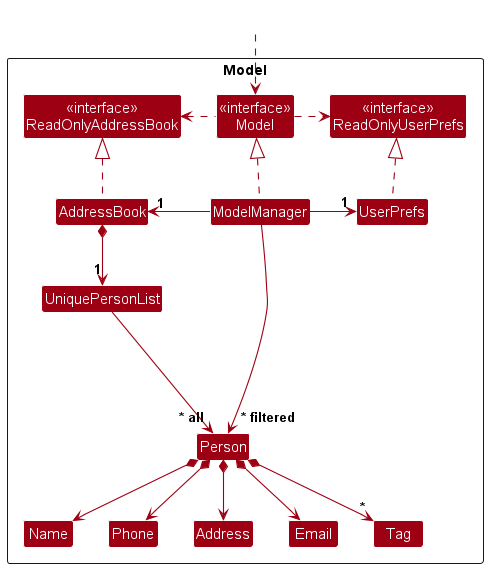
This is docs/images/ModelClassDiagram.png from nus-cs2103-AY2324S2/tp, a PlantUML export, as it was before one commit.
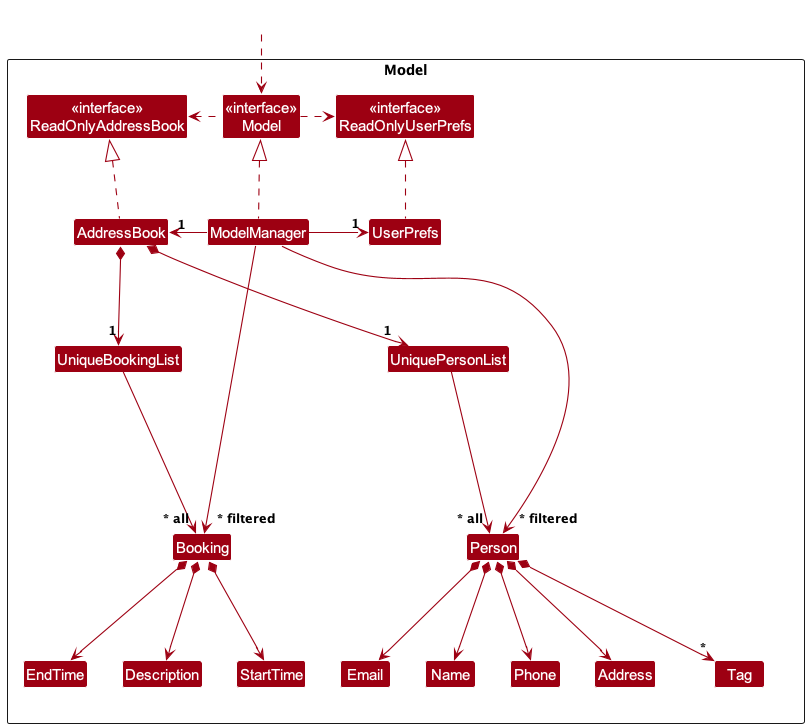
Later version of the same file.

What changed in the source:
```diff
@@ -12,6 +12,7 @@
 Class ModelManager
 Class UserPrefs
 
+Class UniqueBookingList
 Class UniquePersonList
 Class Person
 Class Address
@@ -19,6 +20,10 @@
 Class Name
 Class Phone
 Class Tag
+Class Booking
+Class Description
+Class StartTime
+Class EndTime
 
 Class I #FFFFFF
 }
@@ -36,6 +41,9 @@
 UserPrefs .up.|> ReadOnlyUserPrefs
 
 AddressBook *--> "1" UniquePersonList
+AddressBook *--> "1" UniqueBookingList
+
+UniqueBookingList --> "~* all" Booking
 UniquePersonList --> "~* all" Person
 Person *--> Name
 Person *--> Phone
@@ -50,5 +58,13 @@
 Phone -[hidden]right-> Address
 Address -[hidden]right-> Email
 
+Booking *--> Description
+Booking *--> StartTime
+Booking *--> EndTime
+
+Booking -[hidden]up--> I
+UniqueBookingList -[hidden]right-> I
+
 ModelManager --> "~* filtered" Person
+ModelManager --> "~* filtered" Booking
 @enduml
```
